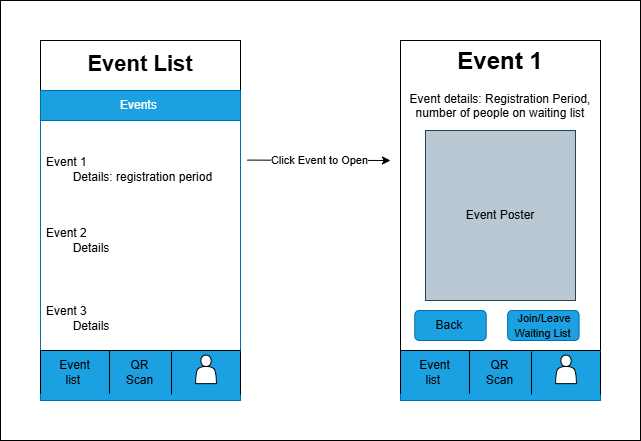
This is doc/UImock_EventDetails.drawio.png from CMPUT301W26sphinx/sphinx-gateway, a draw.io export, as it was before one commit. Source tidied: cells renumbered, new cells last; positions are measured from the earlier drawing's top-left corner, leaving out a move shared by most shapes. Its diagram source:
```xml
<mxGraphModel>
  <root>
    <mxCell id="0" />
    <mxCell id="1" parent="0" />
    <mxCell id="2" style="rounded=0;whiteSpace=wrap;html=1;" parent="1" vertex="1">
      <mxGeometry width="640" height="440" as="geometry" />
    </mxCell>
    <mxCell id="3" style="group;" parent="1" vertex="1">
      <mxGeometry x="40" y="40" width="200" height="360" as="geometry" />
    </mxCell>
    <mxCell id="4" style="rounded=0;whiteSpace=wrap;html=1;" parent="3" vertex="1">
      <mxGeometry width="200" height="360" as="geometry" />
    </mxCell>
    <mxCell id="5" value="Events&amp;nbsp;" style="swimlane;fontStyle=0;horizontal=1;startSize=30;whiteSpace=wrap;html=1;fillColor=#1ba1e2;strokeColor=#006EAF;fontColor=#ffffff;" parent="3" vertex="1">
      <mxGeometry y="50" width="200" height="260" as="geometry" />
    </mxCell>
    <mxCell id="6" value="Event List" style="text;html=1;whiteSpace=wrap;strokeColor=none;fillColor=none;align=center;verticalAlign=middle;rounded=0;fontSize=22;fontStyle=1;" parent="3" vertex="1">
      <mxGeometry y="10" width="200" height="28.6" as="geometry" />
    </mxCell>
    <mxCell id="7" value="Event 1&lt;div&gt;&lt;span style=&quot;white-space: pre;&quot;&gt;&#9;&lt;/span&gt;Details: registration period&amp;nbsp;&lt;/div&gt;" style="text;strokeColor=none;fillColor=none;align=left;verticalAlign=middle;spacingLeft=4;spacingRight=4;overflow=hidden;points=[[0,0.5],[1,0.5]];portConstraint=eastwest;whiteSpace=wrap;html=1;" parent="3" vertex="1">
      <mxGeometry y="93.3" width="200" height="71.4" as="geometry" />
    </mxCell>
    <mxCell id="8" value="Event 2&lt;div&gt;&lt;span style=&quot;white-space: pre;&quot;&gt;&#9;&lt;/span&gt;Details&lt;br&gt;&lt;/div&gt;" style="text;strokeColor=none;fillColor=none;align=left;verticalAlign=middle;spacingLeft=4;spacingRight=4;overflow=hidden;whiteSpace=wrap;html=1;" parent="3" vertex="1">
      <mxGeometry y="164.7" width="200" height="71.4" as="geometry" />
    </mxCell>
    <mxCell id="9" value="Event 3&lt;div&gt;&lt;span style=&quot;white-space: pre;&quot;&gt;&#9;&lt;/span&gt;Details&lt;br&gt;&lt;/div&gt;" style="text;strokeColor=none;fillColor=none;align=left;verticalAlign=middle;spacingLeft=4;spacingRight=4;overflow=hidden;whiteSpace=wrap;html=1;" parent="3" vertex="1">
      <mxGeometry y="236.2" width="200" height="83.8" as="geometry" />
    </mxCell>
    <mxCell id="10" style="group;" parent="3" vertex="1">
      <mxGeometry y="310" width="200" height="50" as="geometry" />
    </mxCell>
    <mxCell id="11" style="rounded=0;whiteSpace=wrap;html=1;fillColor=#1ba1e2;fontColor=#ffffff;strokeColor=#006EAF;" parent="10" vertex="1">
      <mxGeometry width="200" height="50" as="geometry" />
    </mxCell>
    <mxCell id="12" style="group;" parent="10" vertex="1">
      <mxGeometry width="200" height="43.9" as="geometry" />
    </mxCell>
    <mxCell id="13" style="shape=partialRectangle;whiteSpace=wrap;html=1;top=0;bottom=0;fillColor=none;" parent="12" vertex="1">
      <mxGeometry y="0.3" width="69" height="42.9" as="geometry" />
    </mxCell>
    <mxCell id="14" style="shape=partialRectangle;whiteSpace=wrap;html=1;top=0;bottom=0;fillColor=none;" parent="12" vertex="1">
      <mxGeometry x="131" y="1" width="69" height="42.9" as="geometry" />
    </mxCell>
    <mxCell id="15" style="shape=actor;whiteSpace=wrap;html=1;" parent="12" vertex="1">
      <mxGeometry x="155.2" y="4.6" width="20.7" height="28.6" as="geometry" />
    </mxCell>
    <mxCell id="16" value="QR Scan" style="text;html=1;whiteSpace=wrap;strokeColor=none;fillColor=none;align=center;verticalAlign=middle;rounded=0;" parent="12" vertex="1">
      <mxGeometry x="79.3" y="11" width="41.4" height="21.4" as="geometry" />
    </mxCell>
    <mxCell id="17" value="Event list&amp;nbsp;" style="text;html=1;whiteSpace=wrap;strokeColor=none;fillColor=none;align=center;verticalAlign=middle;rounded=0;" parent="12" vertex="1">
      <mxGeometry x="13.8" y="11.7" width="41.4" height="21.4" as="geometry" />
    </mxCell>
    <mxCell id="18" style="endArrow=none;html=1;rounded=0;entryX=1;entryY=0.875;entryDx=0;entryDy=0;entryPerimeter=0;" parent="12" edge="1">
      <mxGeometry relative="1" as="geometry">
        <mxPoint as="sourcePoint" />
        <mxPoint x="200" as="targetPoint" />
      </mxGeometry>
    </mxCell>
    <mxCell id="19" style="group;" parent="1" vertex="1">
      <mxGeometry x="400" y="40" width="200" height="360" as="geometry" />
    </mxCell>
    <mxCell id="20" style="rounded=1;whiteSpace=wrap;html=1;" parent="19" vertex="1">
      <mxGeometry y="150" width="85.7" height="45" as="geometry" />
    </mxCell>
    <mxCell id="21" style="rounded=0;whiteSpace=wrap;html=1;" parent="19" vertex="1">
      <mxGeometry width="200" height="360" as="geometry" />
    </mxCell>
    <mxCell id="22" value="&lt;h1 style=&quot;margin-top: 0px;&quot;&gt;Event 1&lt;/h1&gt;&lt;p style=&quot;&quot;&gt;Event details:&amp;nbsp;&lt;span style=&quot;background-color: transparent; color: light-dark(rgb(0, 0, 0), rgb(255, 255, 255));&quot;&gt;Registration Period, number of people on waiting list&lt;/span&gt;&lt;/p&gt;" style="text;html=1;whiteSpace=wrap;overflow=hidden;rounded=0;align=center;" parent="19" vertex="1">
      <mxGeometry width="200" height="232.5" as="geometry" />
    </mxCell>
    <mxCell id="23" style="rounded=1;whiteSpace=wrap;html=1;fillColor=#1ba1e2;fontColor=#ffffff;strokeColor=#006EAF;" parent="19" vertex="1">
      <mxGeometry x="107.1" y="270" width="71.4" height="30" as="geometry" />
    </mxCell>
    <mxCell id="24" style="rounded=1;whiteSpace=wrap;html=1;fillColor=#1ba1e2;fontColor=#ffffff;strokeColor=#006EAF;" parent="19" vertex="1">
      <mxGeometry x="14.3" y="270" width="71.4" height="30" as="geometry" />
    </mxCell>
    <mxCell id="25" value="Back&amp;nbsp;" style="text;html=1;whiteSpace=wrap;strokeColor=none;fillColor=none;align=center;verticalAlign=middle;rounded=0;" parent="19" vertex="1">
      <mxGeometry x="28.6" y="273.8" width="42.9" height="22.5" as="geometry" />
    </mxCell>
    <mxCell id="26" value="&lt;font style=&quot;font-size: 11px;&quot;&gt;Join/Leave Waiting List&amp;nbsp;&lt;/font&gt;" style="text;html=1;whiteSpace=wrap;strokeColor=none;fillColor=none;align=center;verticalAlign=middle;rounded=0;" parent="19" vertex="1">
      <mxGeometry x="108.6" y="273.8" width="70" height="22.5" as="geometry" />
    </mxCell>
    <mxCell id="27" style="group;" parent="19" vertex="1">
      <mxGeometry y="315" width="200" height="45" as="geometry" />
    </mxCell>
    <mxCell id="28" style="shape=partialRectangle;whiteSpace=wrap;html=1;top=0;bottom=0;fillColor=none;" parent="27" vertex="1">
      <mxGeometry x="131" y="0.9" width="69" height="44.1" as="geometry" />
    </mxCell>
    <mxCell id="29" style="shape=partialRectangle;whiteSpace=wrap;html=1;top=0;bottom=0;fillColor=none;" parent="27" vertex="1">
      <mxGeometry y="0.9" width="69" height="44.1" as="geometry" />
    </mxCell>
    <mxCell id="30" style="endArrow=none;html=1;rounded=0;entryX=1;entryY=0.875;entryDx=0;entryDy=0;entryPerimeter=0;" parent="27" edge="1" target="21">
      <mxGeometry relative="1" as="geometry">
        <mxPoint as="sourcePoint" />
      </mxGeometry>
    </mxCell>
    <mxCell id="31" value="QR Scan" style="text;html=1;whiteSpace=wrap;strokeColor=none;fillColor=none;align=center;verticalAlign=middle;rounded=0;" parent="27" vertex="1">
      <mxGeometry x="79.3" y="11.9" width="41.4" height="22" as="geometry" />
    </mxCell>
    <mxCell id="32" value="Event list&amp;nbsp;" style="text;html=1;whiteSpace=wrap;strokeColor=none;fillColor=none;align=center;verticalAlign=middle;rounded=0;" parent="27" vertex="1">
      <mxGeometry x="13.1" y="11.9" width="42.9" height="22.5" as="geometry" />
    </mxCell>
    <mxCell id="33" style="shape=actor;whiteSpace=wrap;html=1;" parent="27" vertex="1">
      <mxGeometry x="155.2" y="8.9" width="20.7" height="28.6" as="geometry" />
    </mxCell>
    <mxCell id="34" value="Event Poster" style="rounded=0;whiteSpace=wrap;html=1;fillColor=#bac8d3;strokeColor=#23445d;" parent="19" vertex="1">
      <mxGeometry x="25" y="90" width="150" height="170" as="geometry" />
    </mxCell>
    <mxCell id="35" style="group;" parent="19" vertex="1">
      <mxGeometry y="310" width="200" height="50" as="geometry" />
    </mxCell>
    <mxCell id="36" style="rounded=0;whiteSpace=wrap;html=1;fillColor=#1ba1e2;fontColor=#ffffff;strokeColor=#006EAF;" parent="35" vertex="1">
      <mxGeometry width="200" height="50" as="geometry" />
    </mxCell>
    <mxCell id="37" style="group;" parent="35" vertex="1">
      <mxGeometry width="200" height="43.9" as="geometry" />
    </mxCell>
    <mxCell id="38" style="shape=partialRectangle;whiteSpace=wrap;html=1;top=0;bottom=0;fillColor=none;" parent="37" vertex="1">
      <mxGeometry y="0.3" width="69" height="42.9" as="geometry" />
    </mxCell>
    <mxCell id="39" style="shape=partialRectangle;whiteSpace=wrap;html=1;top=0;bottom=0;fillColor=none;" parent="37" vertex="1">
      <mxGeometry x="131" y="1" width="69" height="42.9" as="geometry" />
    </mxCell>
    <mxCell id="40" style="shape=actor;whiteSpace=wrap;html=1;" parent="37" vertex="1">
      <mxGeometry x="155.2" y="4.6" width="20.7" height="28.6" as="geometry" />
    </mxCell>
    <mxCell id="41" value="QR Scan" style="text;html=1;whiteSpace=wrap;strokeColor=none;fillColor=none;align=center;verticalAlign=middle;rounded=0;" parent="37" vertex="1">
      <mxGeometry x="79.3" y="11" width="41.4" height="21.4" as="geometry" />
    </mxCell>
    <mxCell id="42" value="Event list&amp;nbsp;" style="text;html=1;whiteSpace=wrap;strokeColor=none;fillColor=none;align=center;verticalAlign=middle;rounded=0;" parent="37" vertex="1">
      <mxGeometry x="13.8" y="11.7" width="41.4" height="21.4" as="geometry" />
    </mxCell>
    <mxCell id="43" style="endArrow=none;html=1;rounded=0;entryX=1;entryY=0.875;entryDx=0;entryDy=0;entryPerimeter=0;" parent="37" edge="1">
      <mxGeometry relative="1" as="geometry">
        <mxPoint as="sourcePoint" />
        <mxPoint x="200" as="targetPoint" />
      </mxGeometry>
    </mxCell>
    <mxCell id="44" style="endArrow=classic;html=1;rounded=0;exitX=1.034;exitY=0.368;exitDx=0;exitDy=0;exitPerimeter=0;" parent="1" edge="1" source="7">
      <mxGeometry relative="1" as="geometry">
        <mxPoint x="390" y="160" as="targetPoint" />
      </mxGeometry>
    </mxCell>
    <mxCell id="45" value="Click Event to Open" style="edgeLabel;html=1;align=center;verticalAlign=middle;" parent="44" vertex="1">
      <mxGeometry relative="1" as="geometry" />
    </mxCell>
  </root>
</mxGraphModel>
```
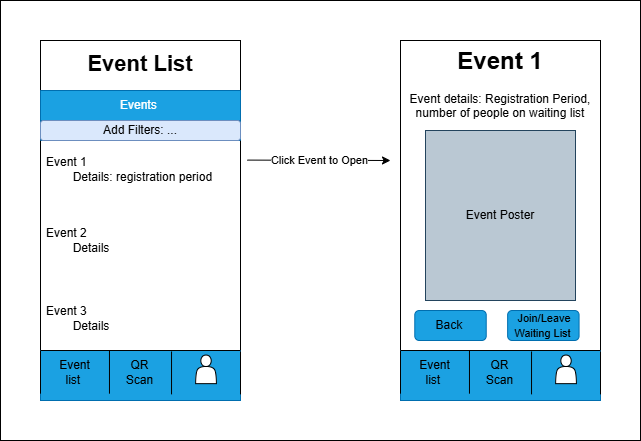
After the commit.

Commit message:
Project Meeting 2 - UI mockup ideas

The edit, as a diff of the source:
```diff
@@ -12,8 +12,11 @@
       <mxGeometry width="200" height="360" as="geometry" />
     </mxCell>
     <mxCell id="5" value="Events&amp;nbsp;" style="swimlane;fontStyle=0;horizontal=1;startSize=30;whiteSpace=wrap;html=1;fillColor=#1ba1e2;strokeColor=#006EAF;fontColor=#ffffff;" parent="3" vertex="1">
-      <mxGeometry y="50" width="200" height="260" as="geometry" />
+      <mxGeometry y="50" width="200" height="50" as="geometry" />
     </mxCell>
+    <mxCell id="46" value="Add Filters: ..." style="rounded=1;whiteSpace=wrap;html=1;fillColor=#dae8fc;strokeColor=#6c8ebf;" parent="5" vertex="1">
+      <mxGeometry y="30" width="200" height="20" as="geometry" />
+    </mxCell>
     <mxCell id="6" value="Event List" style="text;html=1;whiteSpace=wrap;strokeColor=none;fillColor=none;align=center;verticalAlign=middle;rounded=0;fontSize=22;fontStyle=1;" parent="3" vertex="1">
       <mxGeometry y="10" width="200" height="28.6" as="geometry" />
     </mxCell>
```
